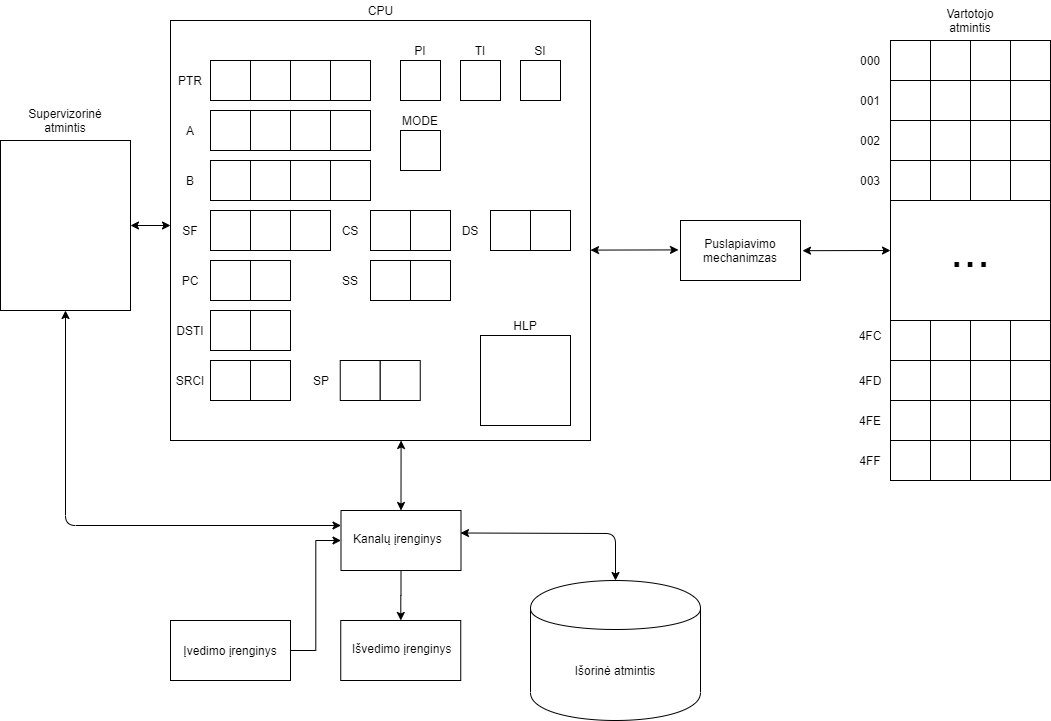
jokubasb/My-OS keeps this draw.io diagram as 01lab/diagrams/real.png. Above is the earlier version. Source tidied: cells renumbered, new cells last; positions are measured from the earlier drawing's top-left corner, leaving out a move shared by most shapes.
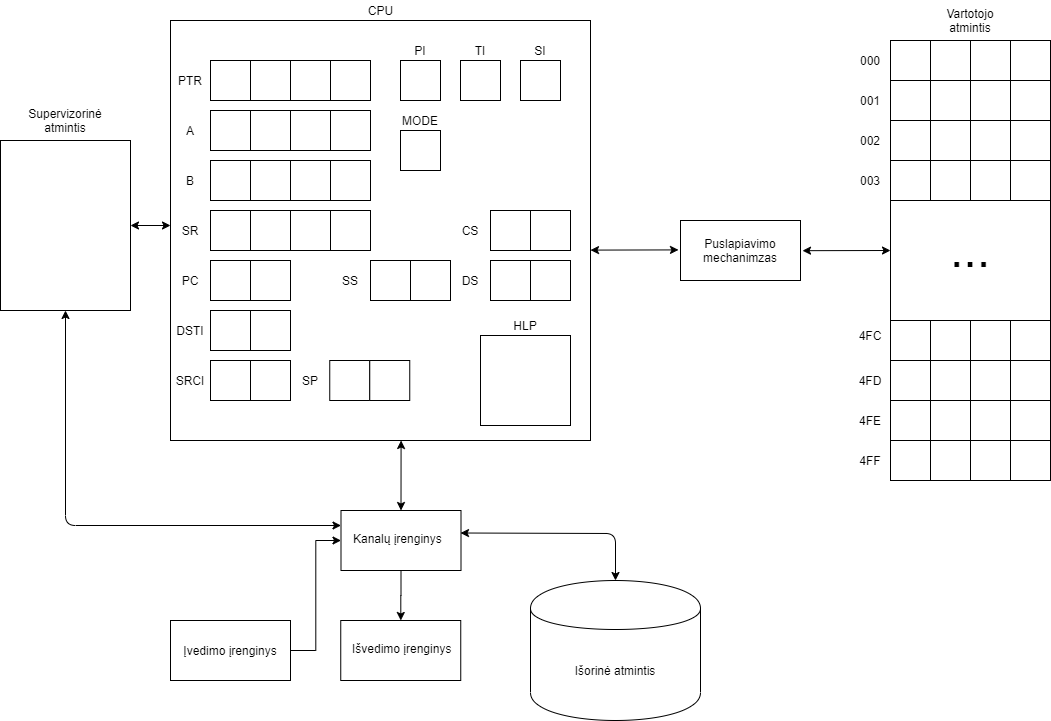
Later version of the same file.

The edit, as a diff of the source:
```diff
@@ -59,7 +59,7 @@
     <mxCell id="20" value="SI" style="text;html=1;strokeColor=none;fillColor=none;align=center;verticalAlign=middle;whiteSpace=wrap;rounded=0;" parent="1" vertex="1">
       <mxGeometry x="520" y="40" width="40" height="20" as="geometry" />
     </mxCell>
-    <mxCell id="21" value="SF" style="text;html=1;strokeColor=none;fillColor=none;align=center;verticalAlign=middle;whiteSpace=wrap;rounded=0;" parent="1" vertex="1">
+    <mxCell id="21" value="SR" style="text;html=1;strokeColor=none;fillColor=none;align=center;verticalAlign=middle;whiteSpace=wrap;rounded=0;" parent="1" vertex="1">
       <mxGeometry x="170" y="220" width="40" height="20" as="geometry" />
     </mxCell>
     <mxCell id="22" value="B" style="text;html=1;strokeColor=none;fillColor=none;align=center;verticalAlign=middle;whiteSpace=wrap;rounded=0;" parent="1" vertex="1">
@@ -320,13 +320,13 @@
       <mxGeometry x="170" y="370" width="40" height="20" as="geometry" />
     </mxCell>
     <mxCell id="103" style="whiteSpace=wrap;html=1;" parent="1" vertex="1">
-      <mxGeometry x="490" y="210" width="40" height="40" as="geometry" />
+      <mxGeometry x="490" y="260" width="40" height="40" as="geometry" />
     </mxCell>
     <mxCell id="104" style="whiteSpace=wrap;html=1;" parent="1" vertex="1">
-      <mxGeometry x="530" y="210" width="40" height="40" as="geometry" />
+      <mxGeometry x="530" y="260" width="40" height="40" as="geometry" />
     </mxCell>
     <mxCell id="105" value="DS" style="text;html=1;strokeColor=none;fillColor=none;align=center;verticalAlign=middle;whiteSpace=wrap;rounded=0;" parent="1" vertex="1">
-      <mxGeometry x="450" y="220" width="40" height="20" as="geometry" />
+      <mxGeometry x="450" y="270" width="40" height="20" as="geometry" />
     </mxCell>
     <mxCell id="106" style="whiteSpace=wrap;html=1;" parent="1" vertex="1">
       <mxGeometry x="370" y="260" width="40" height="40" as="geometry" />
@@ -338,22 +338,25 @@
       <mxGeometry x="330" y="270" width="40" height="20" as="geometry" />
     </mxCell>
     <mxCell id="109" style="whiteSpace=wrap;html=1;" parent="1" vertex="1">
-      <mxGeometry x="370" y="210" width="40" height="40" as="geometry" />
+      <mxGeometry x="490" y="210" width="40" height="40" as="geometry" />
     </mxCell>
     <mxCell id="110" style="whiteSpace=wrap;html=1;" parent="1" vertex="1">
-      <mxGeometry x="410" y="210" width="40" height="40" as="geometry" />
+      <mxGeometry x="530" y="210" width="40" height="40" as="geometry" />
     </mxCell>
     <mxCell id="111" value="CS" style="text;html=1;strokeColor=none;fillColor=none;align=center;verticalAlign=middle;whiteSpace=wrap;rounded=0;" parent="1" vertex="1">
-      <mxGeometry x="330" y="220" width="40" height="20" as="geometry" />
+      <mxGeometry x="450" y="220" width="40" height="20" as="geometry" />
     </mxCell>
     <mxCell id="112" style="whiteSpace=wrap;html=1;" parent="1" vertex="1">
-      <mxGeometry x="339.8" y="360" width="40" height="40" as="geometry" />
+      <mxGeometry x="329.2" y="360" width="40" height="40" as="geometry" />
     </mxCell>
     <mxCell id="113" style="whiteSpace=wrap;html=1;" parent="1" vertex="1">
-      <mxGeometry x="379.8" y="360" width="40" height="40" as="geometry" />
+      <mxGeometry x="369.2" y="360" width="40" height="40" as="geometry" />
     </mxCell>
     <mxCell id="114" value="SP" style="text;html=1;strokeColor=none;fillColor=none;align=center;verticalAlign=middle;whiteSpace=wrap;rounded=0;" parent="1" vertex="1">
-      <mxGeometry x="300.5" y="370" width="40" height="20" as="geometry" />
+      <mxGeometry x="290" y="370" width="40" height="20" as="geometry" />
     </mxCell>
+    <mxCell id="115" style="whiteSpace=wrap;html=1;" parent="1" vertex="1">
+      <mxGeometry x="330" y="210" width="40" height="40" as="geometry" />
+    </mxCell>
   </root>
 </mxGraphModel>
```
